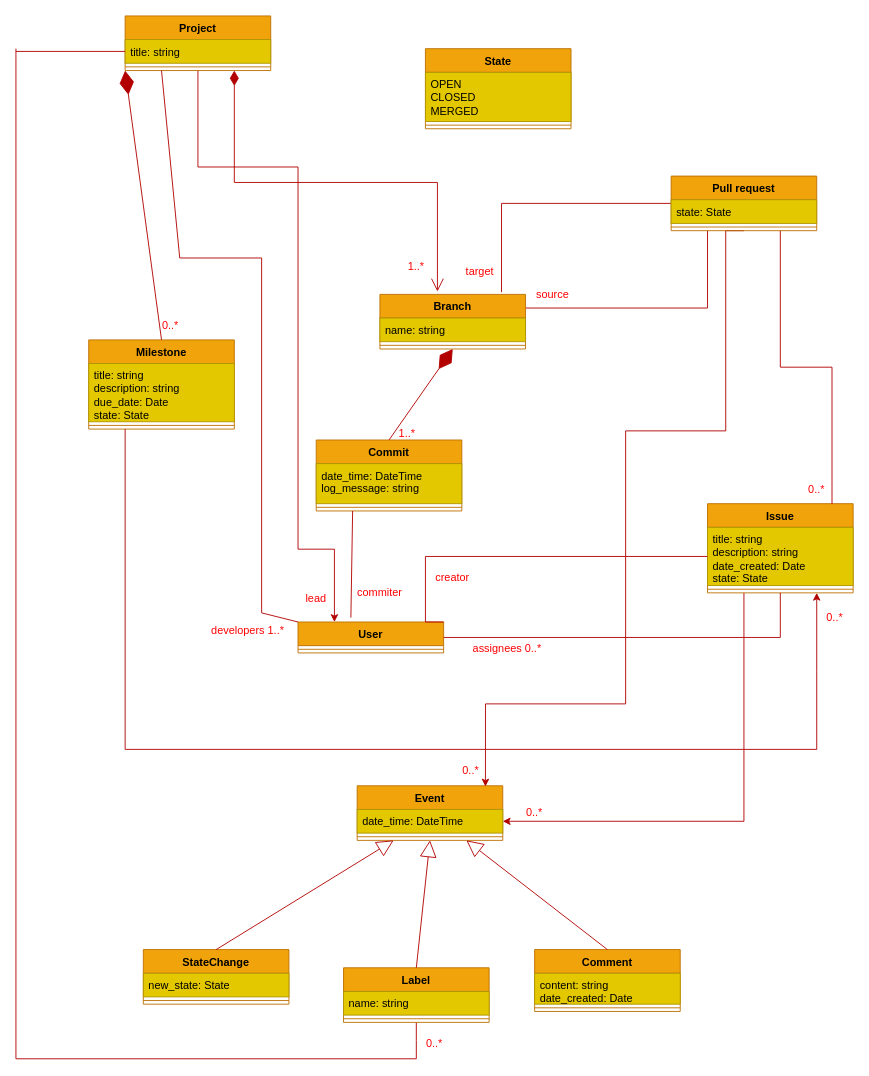
Earlier version of the draw.io diagram uml/oop_diagram.drawio (JSTheGreat/UKS-R221-2021). Source tidied: cells renumbered, new cells numbered last; positions are measured from the earlier drawing's top-left corner, leaving out a move shared by most shapes. Both pictures are drawn from the tidied source at 91%, with x=0, y=0 at pixel (15, 15).
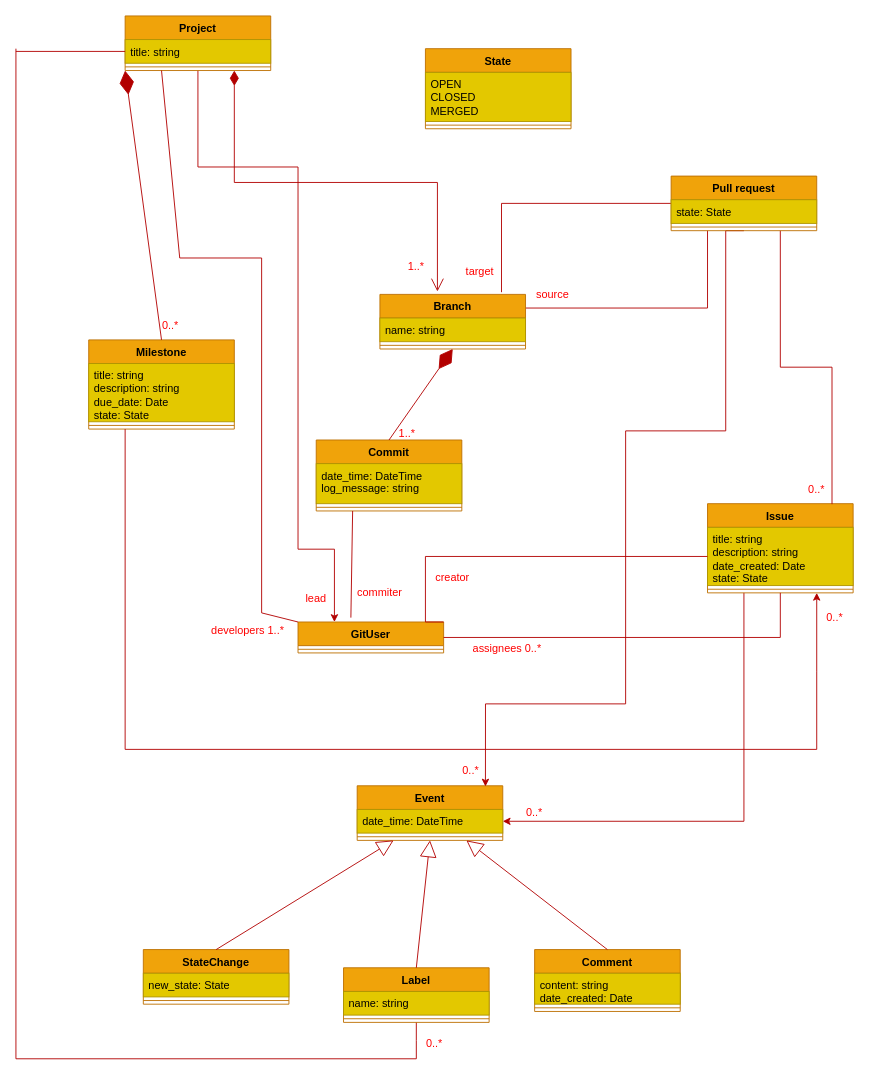
After the change.

Change to the diagram source:
```diff
@@
-    <mxCell id="13" value="User" style="swimlane;fontStyle=1;align=center;verticalAlign=top;horizontal=1;startSize=26;whiteSpace=wrap;html=1;fillColor=#f0a30a;fontColor=#000000;strokeColor=#BD7000;" parent="1" vertex="1">
+    <mxCell id="13" value="GitUser" style="swimlane;fontStyle=1;align=center;verticalAlign=top;horizontal=1;startSize=26;whiteSpace=wrap;html=1;fillColor=#f0a30a;fontColor=#000000;strokeColor=#BD7000;" parent="1" vertex="1">
       <mxGeometry x="310" y="666" width="160" height="34" as="geometry" />
     </mxCell>
```
